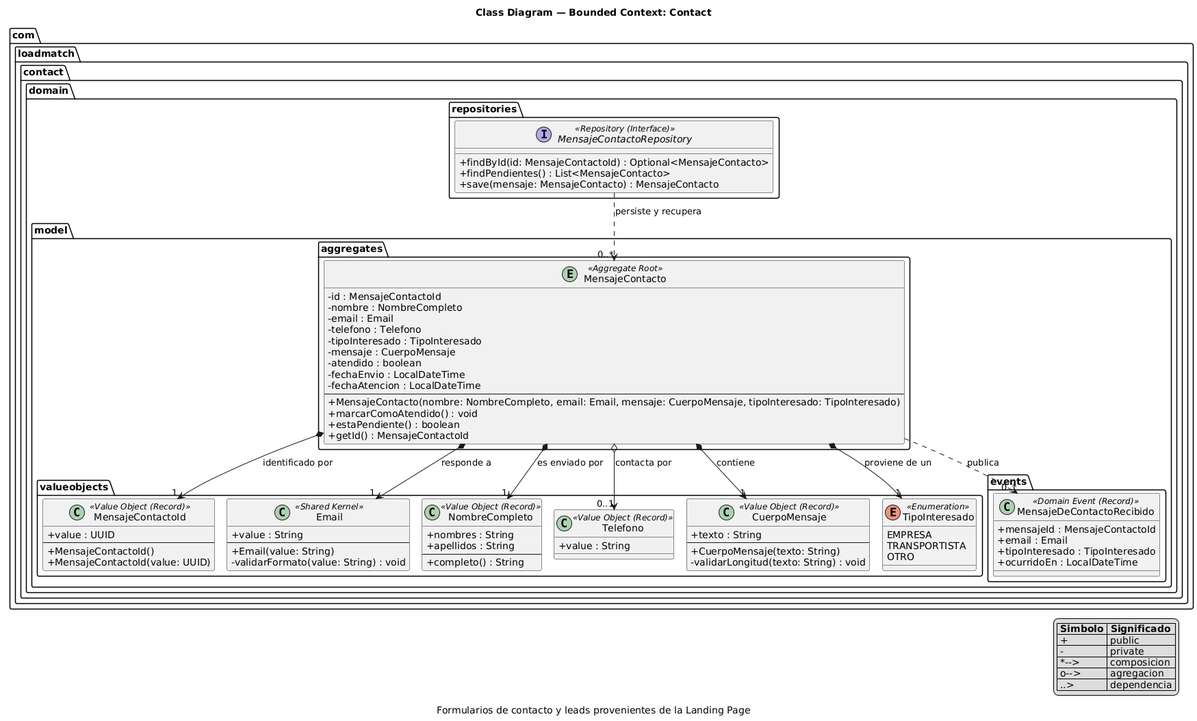
Above: assets/images/class-diagrams/class-10-contact.png in Desarrollo-Open-Source-grupo-5/Loadmatch-report (PlantUML), before the change.
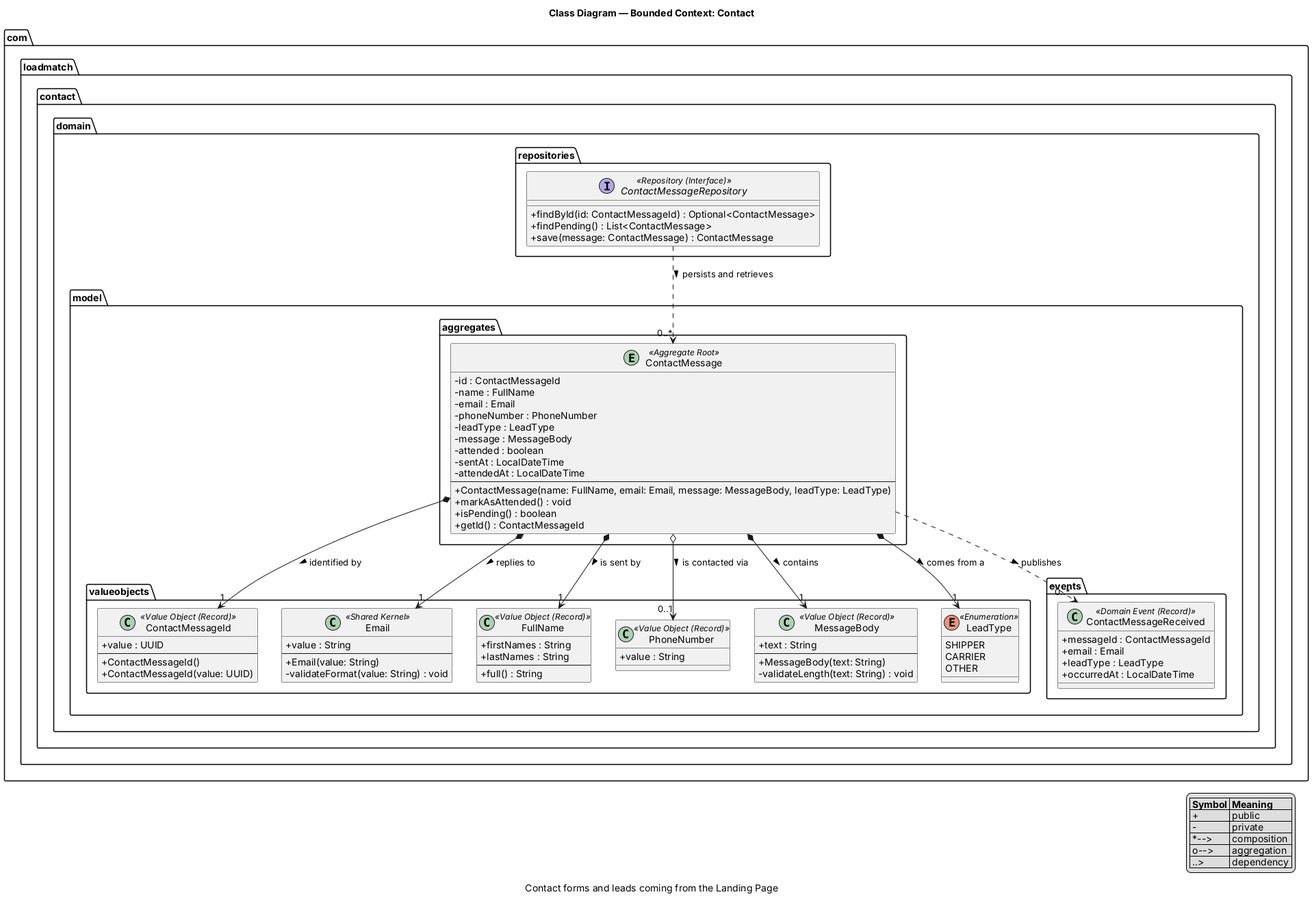
After the change.

Commit message:
docs(chapter4): update class diagrams and add notification component

What changed in the source:
```diff
@@ -1,97 +1,95 @@
 @startuml class-10-contact
-!pragma layout smetana
 skinparam classAttributeIconSize 0
-skinparam linetype ortho
 title Class Diagram — Bounded Context: Contact
-caption Formularios de contacto y leads provenientes de la Landing Page
+caption Contact forms and leads coming from the Landing Page
 
 package "com.loadmatch.contact.domain.model.valueobjects" {
-    class "MensajeContactoId" <<Value Object (Record)>> {
+    class "ContactMessageId" <<Value Object (Record)>> {
         +value : UUID
         --
-        +MensajeContactoId()
-        +MensajeContactoId(value: UUID)
+        +ContactMessageId()
+        +ContactMessageId(value: UUID)
     }
     class "Email" <<Shared Kernel>> {
         +value : String
         --
         +Email(value: String)
-        -validarFormato(value: String) : void
+        -validateFormat(value: String) : void
     }
-    class "NombreCompleto" <<Value Object (Record)>> {
-        +nombres : String
-        +apellidos : String
+    class "FullName" <<Value Object (Record)>> {
+        +firstNames : String
+        +lastNames : String
         --
-        +completo() : String
+        +full() : String
     }
-    class "Telefono" <<Value Object (Record)>> {
+    class "PhoneNumber" <<Value Object (Record)>> {
         +value : String
     }
-    class "CuerpoMensaje" <<Value Object (Record)>> {
-        +texto : String
+    class "MessageBody" <<Value Object (Record)>> {
+        +text : String
         --
-        +CuerpoMensaje(texto: String)
-        -validarLongitud(texto: String) : void
+        +MessageBody(text: String)
+        -validateLength(text: String) : void
     }
-    enum "TipoInteresado" <<Enumeration>> {
-        EMPRESA
-        TRANSPORTISTA
-        OTRO
+    enum "LeadType" <<Enumeration>> {
+        SHIPPER
+        CARRIER
+        OTHER
     }
 }
 
 package "com.loadmatch.contact.domain.model.aggregates" {
-    entity "MensajeContacto" <<Aggregate Root>> {
-        -id : MensajeContactoId
-        -nombre : NombreCompleto
+    entity "ContactMessage" <<Aggregate Root>> {
+        -id : ContactMessageId
+        -name : FullName
         -email : Email
-        -telefono : Telefono
-        -tipoInteresado : TipoInteresado
-        -mensaje : CuerpoMensaje
-        -atendido : boolean
-        -fechaEnvio : LocalDateTime
-        -fechaAtencion : LocalDateTime
+        -phoneNumber : PhoneNumber
+        -leadType : LeadType
+        -message : MessageBody
+        -attended : boolean
+        -sentAt : LocalDateTime
+        -attendedAt : LocalDateTime
         --
-        +MensajeContacto(nombre: NombreCompleto, email: Email, mensaje: CuerpoMensaje, tipoInteresado: TipoInteresado)
-        +marcarComoAtendido() : void
-        +estaPendiente() : boolean
-        +getId() : MensajeContactoId
+        +ContactMessage(name: FullName, email: Email, message: MessageBody, leadType: LeadType)
+        +markAsAttended() : void
+        +isPending() : boolean
+        +getId() : ContactMessageId
     }
 }
 
 package "com.loadmatch.contact.domain.model.events" {
-    class "MensajeDeContactoRecibido" <<Domain Event (Record)>> {
-        +mensajeId : MensajeContactoId
+    class "ContactMessageReceived" <<Domain Event (Record)>> {
+        +messageId : ContactMessageId
         +email : Email
-        +tipoInteresado : TipoInteresado
-        +ocurridoEn : LocalDateTime
+        +leadType : LeadType
+        +occurredAt : LocalDateTime
     }
 }
 
 package "com.loadmatch.contact.domain.repositories" {
-    interface "MensajeContactoRepository" <<Repository (Interface)>> {
-        +findById(id: MensajeContactoId) : Optional<MensajeContacto>
-        +findPendientes() : List<MensajeContacto>
-        +save(mensaje: MensajeContacto) : MensajeContacto
+    interface "ContactMessageRepository" <<Repository (Interface)>> {
+        +findById(id: ContactMessageId) : Optional<ContactMessage>
+        +findPending() : List<ContactMessage>
+        +save(message: ContactMessage) : ContactMessage
     }
 }
 
-MensajeContacto *--> "1" MensajeContactoId : identificado por >
-MensajeContacto *--> "1" NombreCompleto : es enviado por >
-MensajeContacto *--> "1" Email : responde a >
-MensajeContacto o--> "0..1" Telefono : contacta por >
-MensajeContacto *--> "1" CuerpoMensaje : contiene >
-MensajeContacto *--> "1" TipoInteresado : proviene de un >
+ContactMessage *--> "1" ContactMessageId : identified by >
+ContactMessage *--> "1" FullName : is sent by >
+ContactMessage *--> "1" Email : replies to >
+ContactMessage o--> "0..1" PhoneNumber : is contacted via >
+ContactMessage *--> "1" MessageBody : contains >
+ContactMessage *--> "1" LeadType : comes from a >
 
-MensajeContacto ..> "0..*" MensajeDeContactoRecibido : publica >
-MensajeContactoRepository ..> "0..*" MensajeContacto : persiste y recupera >
+ContactMessage ..> "0..*" ContactMessageReceived : publishes >
+ContactMessageRepository ..> "0..*" ContactMessage : persists and retrieves >
 
 legend right
-  |= Simbolo |= Significado |
+  |= Symbol |= Meaning |
   | + | public |
   | - | private |
-  | *--> | composicion |
-  | o--> | agregacion |
-  | ..> | dependencia |
+  | *--> | composition |
+  | o--> | aggregation |
+  | ..> | dependency |
 endlegend
 @enduml
```
